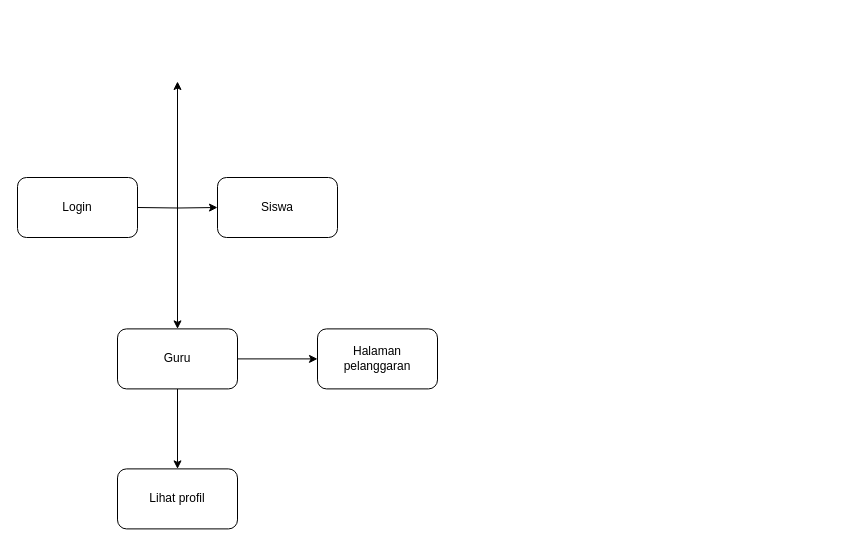
Above: alur-simponis.drawio in sastafelishaa/sinponis (draw.io), before the change. Source tidied: cells renumbered, new cells numbered last; positions are measured from the earlier drawing's top-left corner, leaving out a move shared by most shapes. Both pictures are drawn from the tidied source at 100%, with x=0, y=0 at pixel (17, 81).
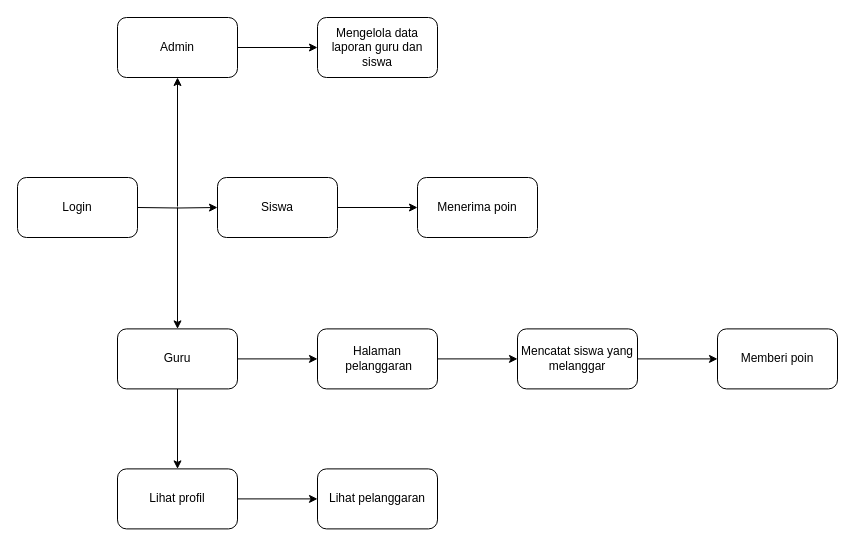
After the change.

The change refers to these unchanged cells:
```xml
<mxCell id="4" value="Siswa" style="whiteSpace=wrap;html=1;rounded=1;" parent="1" vertex="1">
  <mxGeometry x="200" y="96" width="120" height="60" as="geometry" />
</mxCell>
<mxCell id="11" value="Lihat profil" style="whiteSpace=wrap;html=1;rounded=1;" parent="1" vertex="1">
  <mxGeometry x="100" y="387.4" width="120" height="60" as="geometry" />
</mxCell>
```

Change to the diagram source:
```diff
@@
+    <mxCell id="12" style="edgeStyle=orthogonalEdgeStyle;rounded=0;jettySize=auto;html=1;" parent="1" edge="1" source="4" target="18">
+      <mxGeometry relative="1" as="geometry" />
+    </mxCell>
@@
     <mxCell id="5" style="endArrow=classic;html=1;rounded=0;" parent="1" edge="1">
       <mxGeometry relative="1" as="geometry">
-        <mxPoint x="160" y="129" as="sourcePoint" />
-        <mxPoint x="160" as="targetPoint" />
+        <mxPoint x="160" y="125" as="sourcePoint" />
+        <mxPoint x="160" y="-4" as="targetPoint" />
       </mxGeometry>
     </mxCell>
@@
+    <mxCell id="13" style="edgeStyle=orthogonalEdgeStyle;rounded=0;jettySize=auto;html=1;" parent="1" edge="1" source="10" target="20">
+      <mxGeometry relative="1" as="geometry" />
+    </mxCell>
-    <mxCell id="10" value="Halaman pelanggaran" style="whiteSpace=wrap;html=1;rounded=1;" parent="1" vertex="1">
+    <mxCell id="10" value="Halaman&lt;div&gt;&amp;nbsp;pelanggaran&lt;/div&gt;" style="whiteSpace=wrap;html=1;rounded=1;" parent="1" vertex="1">
       <mxGeometry x="300" y="247.4" width="120" height="60" as="geometry" />
     </mxCell>
+    <mxCell id="14" style="edgeStyle=orthogonalEdgeStyle;rounded=0;jettySize=auto;html=1;" parent="1" edge="1" source="11" target="22">
+      <mxGeometry relative="1" as="geometry" />
+    </mxCell>
@@
+    <mxCell id="15" style="edgeStyle=orthogonalEdgeStyle;rounded=0;jettySize=auto;html=1;" parent="1" edge="1" source="16" target="17">
+      <mxGeometry relative="1" as="geometry" />
+    </mxCell>
+    <mxCell id="16" value="Admin" style="rounded=1;whiteSpace=wrap;html=1;" parent="1" vertex="1">
+      <mxGeometry x="100" y="-64" width="120" height="60" as="geometry" />
+    </mxCell>
+    <mxCell id="17" value="Mengelola data laporan guru dan siswa" style="rounded=1;whiteSpace=wrap;html=1;" parent="1" vertex="1">
+      <mxGeometry x="300" y="-64" width="120" height="60" as="geometry" />
+    </mxCell>
+    <mxCell id="18" value="Menerima poin" style="whiteSpace=wrap;html=1;rounded=1;" parent="1" vertex="1">
+      <mxGeometry x="400" y="96" width="120" height="60" as="geometry" />
+    </mxCell>
+    <mxCell id="19" style="edgeStyle=orthogonalEdgeStyle;rounded=0;jettySize=auto;html=1;" parent="1" edge="1" source="20" target="21">
+      <mxGeometry relative="1" as="geometry" />
+    </mxCell>
+    <mxCell id="20" value="Mencatat siswa yang melanggar" style="whiteSpace=wrap;html=1;rounded=1;" parent="1" vertex="1">
+      <mxGeometry x="500" y="247.4" width="120" height="60" as="geometry" />
+    </mxCell>
+    <mxCell id="21" value="Memberi poin" style="whiteSpace=wrap;html=1;rounded=1;" parent="1" vertex="1">
+      <mxGeometry x="700" y="247.4" width="120" height="60" as="geometry" />
+    </mxCell>
+    <mxCell id="22" value="Lihat pelanggaran" style="whiteSpace=wrap;html=1;rounded=1;" parent="1" vertex="1">
+      <mxGeometry x="300" y="387.4" width="120" height="60" as="geometry" />
+    </mxCell>
```
